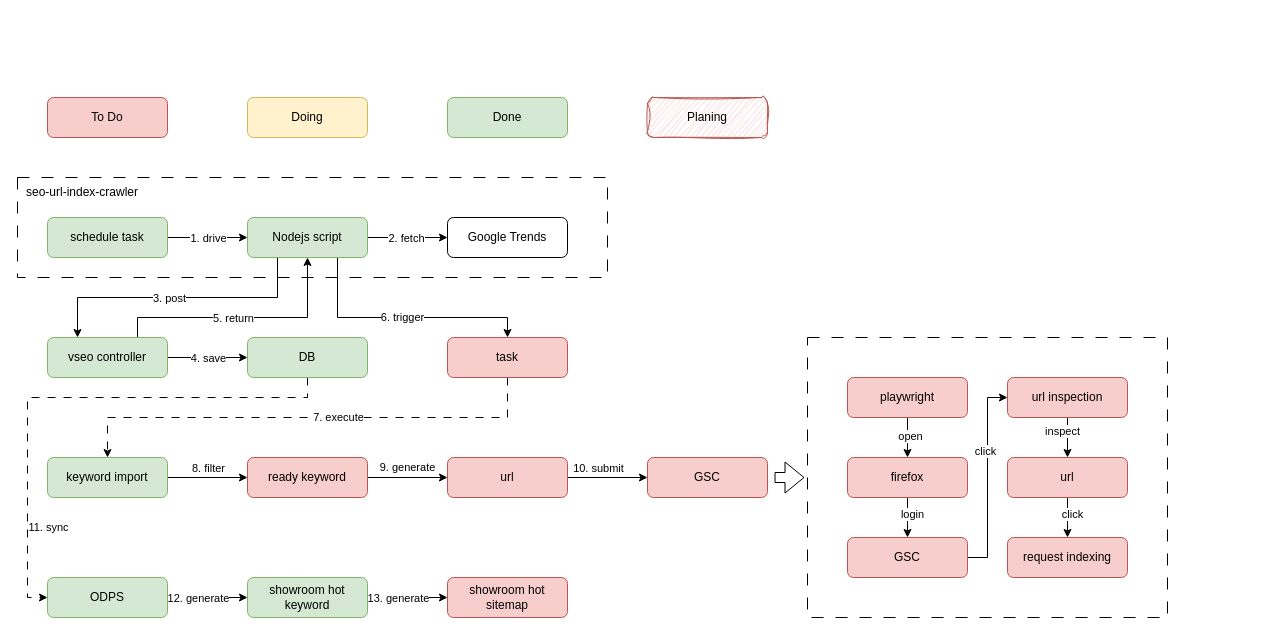
Earlier version of the draw.io diagram drawio/trend_keywords.drawio (VisableHarry/seo-drawio). Source tidied: cells renumbered, new cells numbered last; positions are measured from the earlier drawing's top-left corner, leaving out a move shared by most shapes. Both pictures are drawn from the tidied source at 100%, with x=0, y=0 at pixel (17, 97).
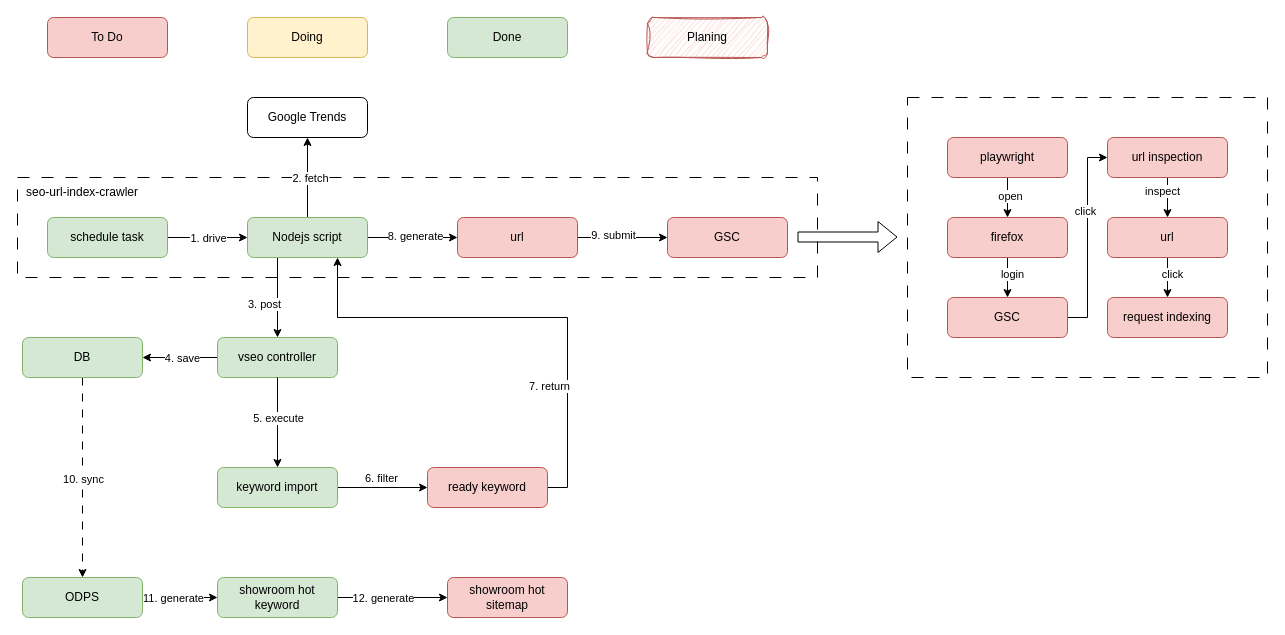
The same diagram, later.

Unchanged cells that the change refers to:
```xml
<mxCell id="17" value="Nodejs script" style="rounded=1;whiteSpace=wrap;html=1;fillColor=#d5e8d4;strokeColor=#82b366;" parent="1" vertex="1">
  <mxGeometry x="230" y="120" width="120" height="40" as="geometry" />
</mxCell>
<mxCell id="27" style="edgeStyle=orthogonalEdgeStyle;rounded=0;jettySize=auto;html=1;exitX=1;exitY=0.5;exitDx=0;exitDy=0;entryX=0;entryY=0.5;entryDx=0;entryDy=0;" parent="1" edge="1" source="29" target="32">
  <mxGeometry relative="1" as="geometry" />
</mxCell>
<mxCell id="30" style="edgeStyle=orthogonalEdgeStyle;rounded=0;jettySize=auto;html=1;exitX=1;exitY=0.5;exitDx=0;exitDy=0;entryX=0;entryY=0.5;entryDx=0;entryDy=0;" parent="1" edge="1" source="32" target="33">
  <mxGeometry relative="1" as="geometry" />
</mxCell>
<mxCell id="34" style="edgeStyle=orthogonalEdgeStyle;rounded=0;jettySize=auto;html=1;exitX=1;exitY=0.5;exitDx=0;exitDy=0;entryX=0;entryY=0.5;entryDx=0;entryDy=0;" parent="1" edge="1" source="36" target="37">
  <mxGeometry relative="1" as="geometry" />
</mxCell>
<mxCell id="38" style="edgeStyle=orthogonalEdgeStyle;rounded=0;jettySize=auto;html=1;exitX=1;exitY=0.5;exitDx=0;exitDy=0;" parent="1" edge="1" source="40" target="44">
  <mxGeometry relative="1" as="geometry" />
</mxCell>
```

What changed in the source:
```diff
@@
     <mxCell id="2" style="rounded=0;whiteSpace=wrap;html=1;dashed=1;dashPattern=12 12;" parent="1" vertex="1">
-      <mxGeometry y="80" width="590" height="100" as="geometry" />
+      <mxGeometry y="80" width="800" height="100" as="geometry" />
     </mxCell>
     <mxCell id="3" style="rounded=0;whiteSpace=wrap;html=1;gradientColor=none;fillColor=none;dashed=1;dashPattern=12 12;" parent="1" vertex="1">
-      <mxGeometry x="790" y="240" width="360" height="280" as="geometry" />
+      <mxGeometry x="890" width="360" height="280" as="geometry" />
     </mxCell>
-    <mxCell id="4" value="9. generate" style="edgeStyle=orthogonalEdgeStyle;rounded=0;jettySize=auto;html=1;exitX=1;exitY=0.5;exitDx=0;exitDy=0;entryX=0;entryY=0.5;entryDx=0;entryDy=0;" parent="1" edge="1" source="44" target="36">
-      <mxGeometry y="10" relative="1" as="geometry" />
-    </mxCell>
     <mxCell id="5" value="Doing" style="rounded=1;whiteSpace=wrap;html=1;fillColor=#fff2cc;strokeColor=#d6b656;" parent="1" vertex="1">
-      <mxGeometry x="230" width="120" height="40" as="geometry" />
+      <mxGeometry x="230" y="-80" width="120" height="40" as="geometry" />
     </mxCell>
     <mxCell id="6" value="To Do" style="rounded=1;whiteSpace=wrap;html=1;fillColor=#f8cecc;strokeColor=#b85450;" parent="1" vertex="1">
-      <mxGeometry x="30" width="120" height="40" as="geometry" />
+      <mxGeometry x="30" y="-80" width="120" height="40" as="geometry" />
     </mxCell>
     <mxCell id="7" value="Done" style="rounded=1;whiteSpace=wrap;html=1;fillColor=#d5e8d4;strokeColor=#82b366;" parent="1" vertex="1">
-      <mxGeometry x="430" width="120" height="40" as="geometry" />
+      <mxGeometry x="430" y="-80" width="120" height="40" as="geometry" />
     </mxCell>
     <mxCell id="8" value="Planing" style="rounded=1;whiteSpace=wrap;html=1;align=center;fillColor=#f8cecc;strokeColor=#b85450;sketch=1;curveFitting=1;jiggle=2;" parent="1" vertex="1">
-      <mxGeometry x="630" width="120" height="40" as="geometry" />
+      <mxGeometry x="630" y="-80" width="120" height="40" as="geometry" />
     </mxCell>
@@
-    <mxCell id="12" style="edgeStyle=orthogonalEdgeStyle;rounded=0;jettySize=auto;html=1;exitX=1;exitY=0.5;exitDx=0;exitDy=0;entryX=0;entryY=0.5;entryDx=0;entryDy=0;" parent="1" edge="1" source="17" target="18">
+    <mxCell id="12" style="edgeStyle=orthogonalEdgeStyle;rounded=0;jettySize=auto;html=1;exitX=0.5;exitY=0;exitDx=0;exitDy=0;entryX=0.5;entryY=1;entryDx=0;entryDy=0;" parent="1" edge="1" source="17" target="18">
       <mxGeometry relative="1" as="geometry" />
     </mxCell>
@@
-    <mxCell id="14" style="edgeStyle=orthogonalEdgeStyle;rounded=0;jettySize=auto;html=1;exitX=0.25;exitY=1;exitDx=0;exitDy=0;entryX=0.25;entryY=0;entryDx=0;entryDy=0;" parent="1" edge="1" source="17" target="23">
+    <mxCell id="14" style="edgeStyle=orthogonalEdgeStyle;rounded=0;jettySize=auto;html=1;exitX=0.25;exitY=1;exitDx=0;exitDy=0;entryX=0.5;entryY=0;entryDx=0;entryDy=0;" parent="1" edge="1" source="17" target="23">
       <mxGeometry relative="1" as="geometry" />
     </mxCell>
@@
-    <mxCell id="16" value="6. trigger" style="edgeStyle=orthogonalEdgeStyle;rounded=0;jettySize=auto;html=1;exitX=0.75;exitY=1;exitDx=0;exitDy=0;entryX=0.5;entryY=0;entryDx=0;entryDy=0;" parent="1" edge="1" source="17" target="43">
-      <mxGeometry relative="1" as="geometry">
-        <Array as="points">
-          <mxPoint x="320" y="220" />
-          <mxPoint x="490" y="220" />
-        </Array>
-      </mxGeometry>
-    </mxCell>
+    <mxCell id="63" style="edgeStyle=orthogonalEdgeStyle;rounded=0;jettySize=auto;html=1;exitX=1;exitY=0.5;exitDx=0;exitDy=0;entryX=0;entryY=0.5;entryDx=0;entryDy=0;" parent="1" edge="1" source="17" target="36">
+      <mxGeometry relative="1" as="geometry" />
+    </mxCell>
+    <mxCell id="64" value="8. generate" style="edgeLabel;html=1;align=center;verticalAlign=middle;" parent="63" vertex="1">
+      <mxGeometry x="0.04" y="-1" relative="1" as="geometry">
+        <mxPoint y="-3" as="offset" />
+      </mxGeometry>
+    </mxCell>
@@
     <mxCell id="18" value="Google Trends" style="rounded=1;whiteSpace=wrap;html=1;" parent="1" vertex="1">
-      <mxGeometry x="430" y="120" width="120" height="40" as="geometry" />
+      <mxGeometry x="230" width="120" height="40" as="geometry" />
     </mxCell>
-    <mxCell id="19" style="edgeStyle=orthogonalEdgeStyle;rounded=0;jettySize=auto;html=1;exitX=1;exitY=0.5;exitDx=0;exitDy=0;entryX=0;entryY=0.5;entryDx=0;entryDy=0;" parent="1" edge="1" source="23" target="26">
+    <mxCell id="19" style="edgeStyle=orthogonalEdgeStyle;rounded=0;jettySize=auto;html=1;exitX=0;exitY=0.5;exitDx=0;exitDy=0;entryX=1;entryY=0.5;entryDx=0;entryDy=0;" parent="1" edge="1" source="23" target="26">
       <mxGeometry relative="1" as="geometry" />
     </mxCell>
     <mxCell id="20" value="4. save" style="edgeLabel;html=1;align=center;verticalAlign=middle;" parent="19" vertex="1">
-      <mxGeometry x="0.1" y="-1" relative="1" as="geometry">
-        <mxPoint x="-4" y="-1" as="offset" />
+      <mxGeometry x="-0.04" y="3" relative="1" as="geometry">
+        <mxPoint y="-3" as="offset" />
       </mxGeometry>
     </mxCell>
-    <mxCell id="21" style="edgeStyle=orthogonalEdgeStyle;rounded=0;jettySize=auto;html=1;exitX=0.75;exitY=0;exitDx=0;exitDy=0;entryX=0.5;entryY=1;entryDx=0;entryDy=0;" parent="1" edge="1" source="23" target="17">
-      <mxGeometry relative="1" as="geometry">
-        <Array as="points">
-          <mxPoint x="120" y="220" />
-          <mxPoint x="290" y="220" />
-        </Array>
-      </mxGeometry>
-    </mxCell>
-    <mxCell id="22" value="5. return" style="edgeLabel;html=1;align=center;verticalAlign=middle;" parent="21" vertex="1">
-      <mxGeometry x="-0.08" relative="1" as="geometry" />
-    </mxCell>
     <mxCell id="23" value="vseo controller" style="rounded=1;whiteSpace=wrap;html=1;fillColor=#d5e8d4;strokeColor=#82b366;" parent="1" vertex="1">
-      <mxGeometry x="30" y="240" width="120" height="40" as="geometry" />
+      <mxGeometry x="200" y="240" width="120" height="40" as="geometry" />
     </mxCell>
-    <mxCell id="24" style="edgeStyle=orthogonalEdgeStyle;rounded=0;jettySize=auto;html=1;exitX=0.5;exitY=1;exitDx=0;exitDy=0;entryX=0;entryY=0.5;entryDx=0;entryDy=0;dashed=1;dashPattern=8 8;" parent="1" edge="1" source="26" target="29">
+    <mxCell id="24" style="edgeStyle=orthogonalEdgeStyle;rounded=0;jettySize=auto;html=1;exitX=0.5;exitY=1;exitDx=0;exitDy=0;entryX=0.5;entryY=0;entryDx=0;entryDy=0;dashed=1;dashPattern=8 8;" parent="1" edge="1" source="26" target="29">
       <mxGeometry relative="1" as="geometry">
         <Array as="points">
-          <mxPoint x="290" y="300" />
-          <mxPoint x="10" y="300" />
-          <mxPoint x="10" y="500" />
+          <mxPoint x="65" y="390" />
+          <mxPoint x="65" y="390" />
         </Array>
       </mxGeometry>
     </mxCell>
-    <mxCell id="25" value="11. sync" style="edgeLabel;html=1;align=center;verticalAlign=middle;" parent="24" vertex="1">
+    <mxCell id="25" value="10. sync" style="edgeLabel;html=1;align=center;verticalAlign=middle;" parent="24" vertex="1">
       <mxGeometry x="0.73" y="1" relative="1" as="geometry">
-        <mxPoint x="19" y="-21" as="offset" />
+        <mxPoint x="-1" y="-72" as="offset" />
       </mxGeometry>
     </mxCell>
     <mxCell id="26" value="DB" style="rounded=1;whiteSpace=wrap;html=1;fillColor=#d5e8d4;strokeColor=#82b366;" parent="1" vertex="1">
-      <mxGeometry x="230" y="240" width="120" height="40" as="geometry" />
+      <mxGeometry x="5" y="240" width="120" height="40" as="geometry" />
     </mxCell>
@@
-    <mxCell id="28" value="12. generate" style="edgeLabel;html=1;align=center;verticalAlign=middle;" parent="27" vertex="1">
+    <mxCell id="28" value="11. generate" style="edgeLabel;html=1;align=center;verticalAlign=middle;" parent="27" vertex="1">
       <mxGeometry x="-0.03" y="-2" relative="1" as="geometry">
-        <mxPoint x="-9" y="-2" as="offset" />
+        <mxPoint x="-6" y="-2" as="offset" />
       </mxGeometry>
     </mxCell>
     <mxCell id="29" value="ODPS" style="rounded=1;whiteSpace=wrap;html=1;fillColor=#d5e8d4;strokeColor=#82b366;" parent="1" vertex="1">
-      <mxGeometry x="30" y="480" width="120" height="40" as="geometry" />
+      <mxGeometry x="5" y="480" width="120" height="40" as="geometry" />
     </mxCell>
@@
-    <mxCell id="31" value="13. generate" style="edgeLabel;html=1;align=center;verticalAlign=middle;" parent="30" vertex="1">
+    <mxCell id="31" value="12. generate" style="edgeLabel;html=1;align=center;verticalAlign=middle;" parent="30" vertex="1">
       <mxGeometry y="-1" relative="1" as="geometry">
         <mxPoint x="-10" y="-1" as="offset" />
       </mxGeometry>
     </mxCell>
     <mxCell id="32" value="showroom hot keyword" style="rounded=1;whiteSpace=wrap;html=1;fillColor=#d5e8d4;strokeColor=#82b366;" parent="1" vertex="1">
-      <mxGeometry x="230" y="480" width="120" height="40" as="geometry" />
+      <mxGeometry x="200" y="480" width="120" height="40" as="geometry" />
     </mxCell>
@@
-    <mxCell id="35" value="10. submit" style="edgeLabel;html=1;align=center;verticalAlign=middle;" parent="34" vertex="1">
+    <mxCell id="35" value="9. submit" style="edgeLabel;html=1;align=center;verticalAlign=middle;" parent="34" vertex="1">
       <mxGeometry x="0.03" y="4" relative="1" as="geometry">
-        <mxPoint x="-11" y="-6" as="offset" />
+        <mxPoint x="-11" y="1" as="offset" />
       </mxGeometry>
     </mxCell>
     <mxCell id="36" value="url" style="rounded=1;whiteSpace=wrap;html=1;fillColor=#f8cecc;strokeColor=#b85450;" parent="1" vertex="1">
-      <mxGeometry x="430" y="360" width="120" height="40" as="geometry" />
+      <mxGeometry x="440" y="120" width="120" height="40" as="geometry" />
     </mxCell>
     <mxCell id="37" value="GSC" style="rounded=1;whiteSpace=wrap;html=1;fillColor=#f8cecc;strokeColor=#b85450;" parent="1" vertex="1">
-      <mxGeometry x="630" y="360" width="120" height="40" as="geometry" />
+      <mxGeometry x="650" y="120" width="120" height="40" as="geometry" />
     </mxCell>
@@
-    <mxCell id="39" value="8. filter" style="edgeLabel;html=1;align=center;verticalAlign=middle;" parent="38" vertex="1">
+    <mxCell id="39" value="6. filter" style="edgeLabel;html=1;align=center;verticalAlign=middle;" parent="38" vertex="1">
       <mxGeometry x="-0.33" y="4" relative="1" as="geometry">
         <mxPoint x="13" y="-6" as="offset" />
       </mxGeometry>
     </mxCell>
     <mxCell id="40" value="keyword import" style="rounded=1;whiteSpace=wrap;html=1;fillColor=#d5e8d4;strokeColor=#82b366;" parent="1" vertex="1">
-      <mxGeometry x="30" y="360" width="120" height="40" as="geometry" />
+      <mxGeometry x="200" y="370" width="120" height="40" as="geometry" />
     </mxCell>
-    <mxCell id="41" style="edgeStyle=orthogonalEdgeStyle;rounded=0;jettySize=auto;html=1;exitX=0.5;exitY=1;exitDx=0;exitDy=0;dashed=1;dashPattern=8 8;" parent="1" edge="1" source="43" target="40">
+    <mxCell id="41" style="edgeStyle=orthogonalEdgeStyle;rounded=0;jettySize=auto;html=1;exitX=0.5;exitY=1;exitDx=0;exitDy=0;" parent="1" edge="1" source="23" target="40">
       <mxGeometry relative="1" as="geometry" />
     </mxCell>
-    <mxCell id="42" value="7. execute" style="edgeLabel;html=1;align=center;verticalAlign=middle;" parent="41" vertex="1">
+    <mxCell id="42" value="5. execute" style="edgeLabel;html=1;align=center;verticalAlign=middle;" parent="41" vertex="1">
       <mxGeometry x="-0.12" y="-1" relative="1" as="geometry">
         <mxPoint x="1" as="offset" />
       </mxGeometry>
     </mxCell>
-    <mxCell id="43" value="task" style="rounded=1;whiteSpace=wrap;html=1;fillColor=#f8cecc;strokeColor=#b85450;" parent="1" vertex="1">
-      <mxGeometry x="430" y="240" width="120" height="40" as="geometry" />
-    </mxCell>
+    <mxCell id="65" style="edgeStyle=orthogonalEdgeStyle;rounded=0;jettySize=auto;html=1;exitX=1;exitY=0.5;exitDx=0;exitDy=0;entryX=0.75;entryY=1;entryDx=0;entryDy=0;" parent="1" edge="1" source="44" target="17">
+      <mxGeometry relative="1" as="geometry">
+        <Array as="points">
+          <mxPoint x="550" y="390" />
+          <mxPoint x="550" y="220" />
+          <mxPoint x="320" y="220" />
+        </Array>
+      </mxGeometry>
+    </mxCell>
+    <mxCell id="66" value="7. return" style="edgeLabel;html=1;align=center;verticalAlign=middle;" parent="65" vertex="1">
+      <mxGeometry x="0.14" y="2" relative="1" as="geometry">
+        <mxPoint x="65" y="66" as="offset" />
+      </mxGeometry>
+    </mxCell>
     <mxCell id="44" value="ready keyword" style="rounded=1;whiteSpace=wrap;html=1;fillColor=#f8cecc;strokeColor=#b85450;" parent="1" vertex="1">
-      <mxGeometry x="230" y="360" width="120" height="40" as="geometry" />
+      <mxGeometry x="410" y="370" width="120" height="40" as="geometry" />
     </mxCell>
@@
     <mxCell id="47" value="playwright" style="rounded=1;whiteSpace=wrap;html=1;fillColor=#f8cecc;strokeColor=#b85450;" parent="1" vertex="1">
-      <mxGeometry x="830" y="280" width="120" height="40" as="geometry" />
+      <mxGeometry x="930" y="40" width="120" height="40" as="geometry" />
     </mxCell>
@@
     <mxCell id="50" value="firefox" style="rounded=1;whiteSpace=wrap;html=1;fillColor=#f8cecc;strokeColor=#b85450;" parent="1" vertex="1">
-      <mxGeometry x="830" y="360" width="120" height="40" as="geometry" />
+      <mxGeometry x="930" y="120" width="120" height="40" as="geometry" />
     </mxCell>
@@
     <mxCell id="53" value="GSC" style="rounded=1;whiteSpace=wrap;html=1;fillColor=#f8cecc;strokeColor=#b85450;" parent="1" vertex="1">
-      <mxGeometry x="830" y="440" width="120" height="40" as="geometry" />
+      <mxGeometry x="930" y="200" width="120" height="40" as="geometry" />
     </mxCell>
@@
     <mxCell id="56" value="url inspection" style="rounded=1;whiteSpace=wrap;html=1;fillColor=#f8cecc;strokeColor=#b85450;" parent="1" vertex="1">
-      <mxGeometry x="990" y="280" width="120" height="40" as="geometry" />
+      <mxGeometry x="1090" y="40" width="120" height="40" as="geometry" />
     </mxCell>
@@
     <mxCell id="59" value="url" style="rounded=1;whiteSpace=wrap;html=1;fillColor=#f8cecc;strokeColor=#b85450;" parent="1" vertex="1">
-      <mxGeometry x="990" y="360" width="120" height="40" as="geometry" />
+      <mxGeometry x="1090" y="120" width="120" height="40" as="geometry" />
     </mxCell>
     <mxCell id="60" value="request indexing" style="rounded=1;whiteSpace=wrap;html=1;fillColor=#f8cecc;strokeColor=#b85450;" parent="1" vertex="1">
-      <mxGeometry x="990" y="440" width="120" height="40" as="geometry" />
+      <mxGeometry x="1090" y="200" width="120" height="40" as="geometry" />
     </mxCell>
-    <mxCell id="61" style="shape=flexArrow;endArrow=classic;html=1;rounded=0;entryX=0;entryY=0.5;entryDx=0;entryDy=0;" parent="1" edge="1">
-      <mxGeometry relative="1" as="geometry">
-        <mxPoint x="757" y="380" as="sourcePoint" />
-        <mxPoint x="787" y="380" as="targetPoint" />
-      </mxGeometry>
-    </mxCell>
@@
+    <mxCell id="67" style="shape=flexArrow;endArrow=classic;html=1;rounded=0;" parent="1" edge="1">
+      <mxGeometry relative="1" as="geometry">
+        <mxPoint x="780" y="139.5" as="sourcePoint" />
+        <mxPoint x="880" y="139.5" as="targetPoint" />
+        <Array as="points">
+          <mxPoint x="880" y="139.5" />
+        </Array>
+      </mxGeometry>
+    </mxCell>
```
